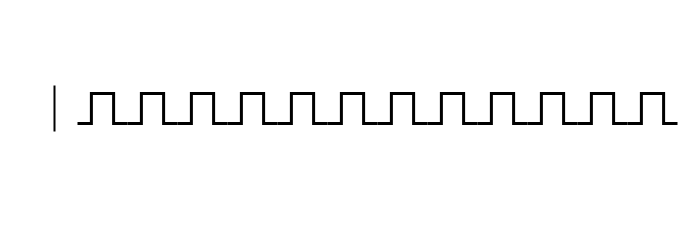
Earlier version of the draw.io diagram Untitled Diagram.drawio (hackiusnet/Diagrams). Source tidied: cells renumbered, new cells numbered last; positions are measured from the earlier drawing's top-left corner, leaving out a move shared by most shapes. Both pictures are drawn from the tidied source at 100%, with x=0, y=0 at pixel (54, 85).
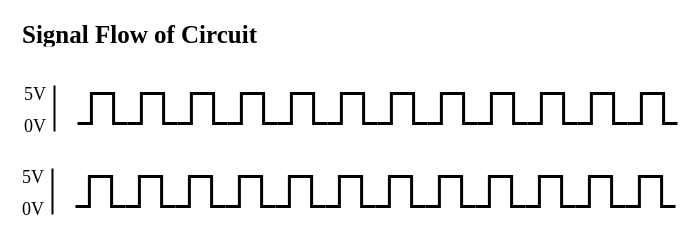
Above is the later version.

The edit, as a diff of the source:
```diff
@@
+    <mxCell id="16" value="Signal Flow of Circuit" style="text;strokeColor=none;fillColor=none;align=left;verticalAlign=middle;spacingLeft=4;spacingRight=4;overflow=hidden;fontSize=25;fontFamily=Times New Roman;fontStyle=1;" parent="1" vertex="1">
+      <mxGeometry x="-38" y="-69" width="250" height="30" as="geometry" />
+    </mxCell>
+    <mxCell id="17" style="group;" parent="1" vertex="1">
+      <mxGeometry x="-36" y="-8" width="40" height="62" as="geometry" />
+    </mxCell>
+    <mxCell id="18" value="5V" style="text;strokeColor=none;fillColor=none;align=left;verticalAlign=middle;spacingLeft=4;spacingRight=4;overflow=hidden;fontFamily=Times New Roman;fontSize=18;" parent="17" vertex="1">
+      <mxGeometry width="40" height="30" as="geometry" />
+    </mxCell>
+    <mxCell id="19" value="0V" style="text;strokeColor=none;fillColor=none;align=left;verticalAlign=middle;spacingLeft=4;spacingRight=4;overflow=hidden;fontFamily=Times New Roman;fontSize=18;" parent="17" vertex="1">
+      <mxGeometry y="32" width="34" height="30" as="geometry" />
+    </mxCell>
+    <mxCell id="20" style="group;" parent="1" vertex="1">
+      <mxGeometry x="-38" y="75" width="659" height="62" as="geometry" />
+    </mxCell>
+    <mxCell id="21" style="group;" parent="20" vertex="1">
+      <mxGeometry x="59" y="16" width="600" height="30" as="geometry" />
+    </mxCell>
+    <mxCell id="22" style="verticalLabelPosition=bottom;shadow=0;dashed=0;align=center;html=1;verticalAlign=top;shape=mxgraph.electrical.waveforms.pulse_1;strokeWidth=3;" parent="21" vertex="1">
+      <mxGeometry width="50" height="30" as="geometry" />
+    </mxCell>
+    <mxCell id="23" style="verticalLabelPosition=bottom;shadow=0;dashed=0;align=center;html=1;verticalAlign=top;shape=mxgraph.electrical.waveforms.pulse_1;strokeWidth=3;" parent="21" vertex="1">
+      <mxGeometry x="50" width="50" height="30" as="geometry" />
+    </mxCell>
+    <mxCell id="24" style="verticalLabelPosition=bottom;shadow=0;dashed=0;align=center;html=1;verticalAlign=top;shape=mxgraph.electrical.waveforms.pulse_1;strokeWidth=3;" parent="21" vertex="1">
+      <mxGeometry x="100" width="50" height="30" as="geometry" />
+    </mxCell>
+    <mxCell id="25" style="verticalLabelPosition=bottom;shadow=0;dashed=0;align=center;html=1;verticalAlign=top;shape=mxgraph.electrical.waveforms.pulse_1;strokeWidth=3;" parent="21" vertex="1">
+      <mxGeometry x="150" width="50" height="30" as="geometry" />
+    </mxCell>
+    <mxCell id="26" style="verticalLabelPosition=bottom;shadow=0;dashed=0;align=center;html=1;verticalAlign=top;shape=mxgraph.electrical.waveforms.pulse_1;strokeWidth=3;" parent="21" vertex="1">
+      <mxGeometry x="200" width="50" height="30" as="geometry" />
+    </mxCell>
+    <mxCell id="27" style="verticalLabelPosition=bottom;shadow=0;dashed=0;align=center;html=1;verticalAlign=top;shape=mxgraph.electrical.waveforms.pulse_1;strokeWidth=3;" parent="21" vertex="1">
+      <mxGeometry x="250" width="50" height="30" as="geometry" />
+    </mxCell>
+    <mxCell id="28" style="verticalLabelPosition=bottom;shadow=0;dashed=0;align=center;html=1;verticalAlign=top;shape=mxgraph.electrical.waveforms.pulse_1;strokeWidth=3;" parent="21" vertex="1">
+      <mxGeometry x="300" width="50" height="30" as="geometry" />
+    </mxCell>
+    <mxCell id="29" style="verticalLabelPosition=bottom;shadow=0;dashed=0;align=center;html=1;verticalAlign=top;shape=mxgraph.electrical.waveforms.pulse_1;strokeWidth=3;" parent="21" vertex="1">
+      <mxGeometry x="350" width="50" height="30" as="geometry" />
+    </mxCell>
+    <mxCell id="30" style="verticalLabelPosition=bottom;shadow=0;dashed=0;align=center;html=1;verticalAlign=top;shape=mxgraph.electrical.waveforms.pulse_1;strokeWidth=3;" parent="21" vertex="1">
+      <mxGeometry x="400" width="50" height="30" as="geometry" />
+    </mxCell>
+    <mxCell id="31" style="verticalLabelPosition=bottom;shadow=0;dashed=0;align=center;html=1;verticalAlign=top;shape=mxgraph.electrical.waveforms.pulse_1;strokeWidth=3;" parent="21" vertex="1">
+      <mxGeometry x="450" width="50" height="30" as="geometry" />
+    </mxCell>
+    <mxCell id="32" style="verticalLabelPosition=bottom;shadow=0;dashed=0;align=center;html=1;verticalAlign=top;shape=mxgraph.electrical.waveforms.pulse_1;strokeWidth=3;" parent="21" vertex="1">
+      <mxGeometry x="500" width="50" height="30" as="geometry" />
+    </mxCell>
+    <mxCell id="33" style="verticalLabelPosition=bottom;shadow=0;dashed=0;align=center;html=1;verticalAlign=top;shape=mxgraph.electrical.waveforms.pulse_1;strokeWidth=3;" parent="21" vertex="1">
+      <mxGeometry x="550" width="50" height="30" as="geometry" />
+    </mxCell>
+    <mxCell id="34" style="endArrow=none;html=1;rounded=0;strokeWidth=2;" parent="20" edge="1">
+      <mxGeometry relative="1" as="geometry">
+        <mxPoint x="36" y="54" as="sourcePoint" />
+        <mxPoint x="36" y="8" as="targetPoint" />
+      </mxGeometry>
+    </mxCell>
+    <mxCell id="35" style="group;" parent="20" vertex="1">
+      <mxGeometry width="40" height="62" as="geometry" />
+    </mxCell>
+    <mxCell id="36" value="5V" style="text;strokeColor=none;fillColor=none;align=left;verticalAlign=middle;spacingLeft=4;spacingRight=4;overflow=hidden;fontFamily=Times New Roman;fontSize=18;" parent="35" vertex="1">
+      <mxGeometry width="40" height="30" as="geometry" />
+    </mxCell>
+    <mxCell id="37" value="0V" style="text;strokeColor=none;fillColor=none;align=left;verticalAlign=middle;spacingLeft=4;spacingRight=4;overflow=hidden;fontFamily=Times New Roman;fontSize=18;" parent="35" vertex="1">
+      <mxGeometry y="32" width="34" height="30" as="geometry" />
+    </mxCell>
```
